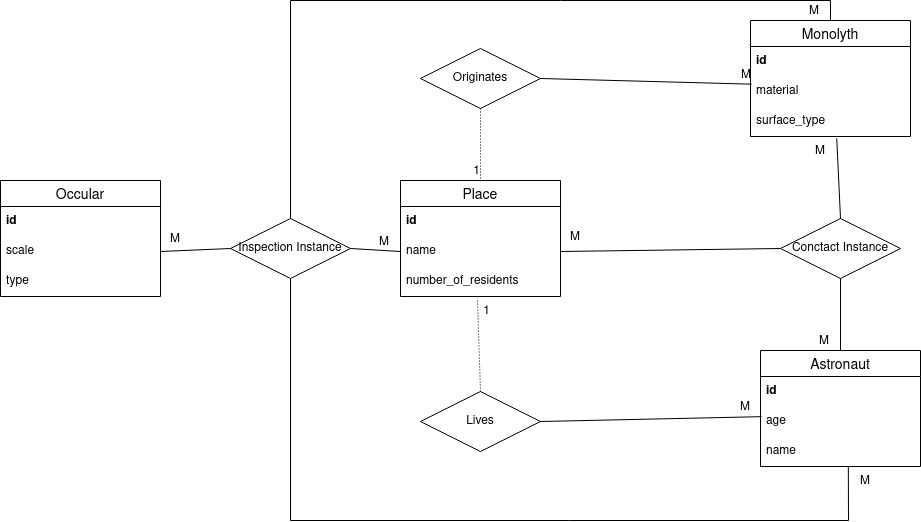
Earlier version of the draw.io export Infologic.png (usopshiy/BD_lab1). Source tidied: cells renumbered, new cells last; positions are measured from the earlier drawing's top-left corner, leaving out a move shared by most shapes.
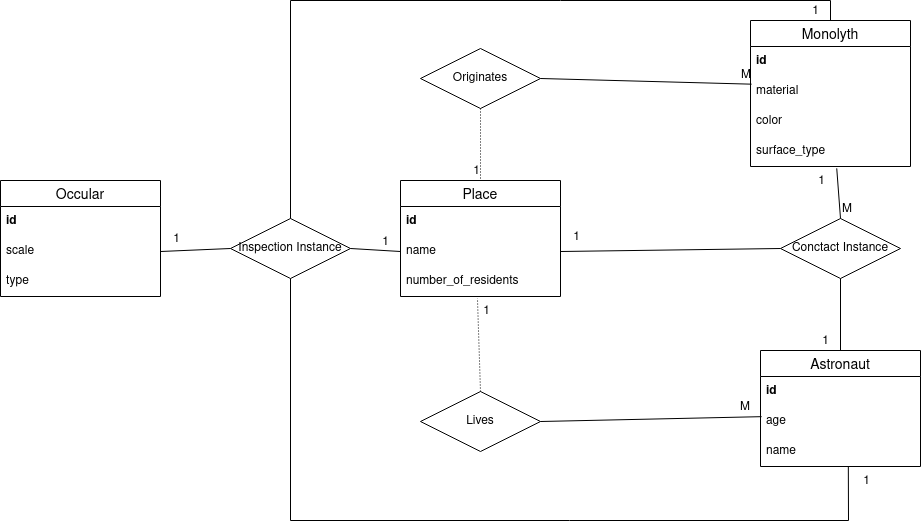
After the change.

Diff of the diagram source:
```diff
@@ -15,7 +15,7 @@
       <mxGeometry y="86" width="160" height="30" as="geometry" />
     </mxCell>
     <mxCell id="6" value="Monolyth" style="swimlane;fontStyle=0;horizontal=1;startSize=26;align=center;fontSize=14;" parent="1" vertex="1">
-      <mxGeometry x="750" y="20" width="160" height="116" as="geometry" />
+      <mxGeometry x="750" y="20" width="160" height="146" as="geometry" />
     </mxCell>
     <mxCell id="7" value="id" style="text;strokeColor=none;fillColor=none;spacingLeft=4;spacingRight=4;overflow=hidden;fontSize=12;fontStyle=1;" parent="6" vertex="1">
       <mxGeometry y="26" width="160" height="30" as="geometry" />
@@ -23,8 +23,11 @@
     <mxCell id="8" value="material" style="text;strokeColor=none;fillColor=none;spacingLeft=4;spacingRight=4;overflow=hidden;points=[[0,0.5],[1,0.5]];portConstraint=eastwest;fontSize=12;" parent="6" vertex="1">
       <mxGeometry y="56" width="160" height="30" as="geometry" />
     </mxCell>
+    <mxCell id="44" value="color" style="text;strokeColor=none;fillColor=none;spacingLeft=4;spacingRight=4;overflow=hidden;fontSize=12;" parent="6" vertex="1">
+      <mxGeometry y="86" width="160" height="30" as="geometry" />
+    </mxCell>
     <mxCell id="9" value="surface_type" style="text;strokeColor=none;fillColor=none;spacingLeft=4;spacingRight=4;overflow=hidden;points=[[0,0.5],[1,0.5]];portConstraint=eastwest;fontSize=12;" parent="6" vertex="1">
-      <mxGeometry y="86" width="160" height="30" as="geometry" />
+      <mxGeometry y="116" width="160" height="30" as="geometry" />
     </mxCell>
     <mxCell id="10" value="Occular" style="swimlane;fontStyle=0;horizontal=1;startSize=26;align=center;fontSize=14;" parent="1" vertex="1">
       <mxGeometry y="180" width="160" height="116" as="geometry" />
@@ -90,7 +93,7 @@
     <mxCell id="29" style="endArrow=none;html=1;rounded=0;exitX=0.5;exitY=0;exitDx=0;exitDy=0;entryX=0.539;entryY=1.061;entryDx=0;entryDy=0;entryPerimeter=0;" parent="1" edge="1" source="28" target="9">
       <mxGeometry relative="1" as="geometry" />
     </mxCell>
-    <mxCell id="30" value="M" style="html=1;align=right;verticalAlign=bottom;" parent="29" vertex="1">
+    <mxCell id="30" value="1" style="html=1;align=right;verticalAlign=bottom;" parent="29" vertex="1">
       <mxGeometry x="1" relative="1" as="geometry">
         <mxPoint x="-11" y="22" as="offset" />
       </mxGeometry>
@@ -98,7 +101,7 @@
     <mxCell id="31" style="endArrow=none;html=1;rounded=0;exitX=0;exitY=0.5;exitDx=0;exitDy=0;entryX=1;entryY=0.5;entryDx=0;entryDy=0;" parent="1" edge="1" source="28" target="16">
       <mxGeometry relative="1" as="geometry" />
     </mxCell>
-    <mxCell id="32" value="M" style="html=1;align=right;verticalAlign=bottom;" parent="31" vertex="1">
+    <mxCell id="32" value="1" style="html=1;align=right;verticalAlign=bottom;" parent="31" vertex="1">
       <mxGeometry x="1" relative="1" as="geometry">
         <mxPoint x="20" y="-5" as="offset" />
       </mxGeometry>
@@ -106,7 +109,7 @@
     <mxCell id="33" style="endArrow=none;html=1;rounded=0;exitX=0.5;exitY=1;exitDx=0;exitDy=0;entryX=0.5;entryY=0;entryDx=0;entryDy=0;" parent="1" edge="1" source="28" target="2">
       <mxGeometry relative="1" as="geometry" />
     </mxCell>
-    <mxCell id="34" value="M" style="html=1;align=right;verticalAlign=bottom;" parent="33" vertex="1">
+    <mxCell id="34" value="1" style="html=1;align=right;verticalAlign=bottom;" parent="33" vertex="1">
       <mxGeometry x="1" relative="1" as="geometry">
         <mxPoint x="-11" as="offset" />
       </mxGeometry>
@@ -117,7 +120,7 @@
     <mxCell id="36" style="endArrow=none;html=1;rounded=0;exitX=0;exitY=0.5;exitDx=0;exitDy=0;entryX=1;entryY=0.5;entryDx=0;entryDy=0;" parent="1" edge="1" source="35" target="12">
       <mxGeometry relative="1" as="geometry" />
     </mxCell>
-    <mxCell id="37" value="M" style="html=1;align=right;verticalAlign=bottom;" parent="36" vertex="1">
+    <mxCell id="37" value="1" style="html=1;align=right;verticalAlign=bottom;" parent="36" vertex="1">
       <mxGeometry x="1" relative="1" as="geometry">
         <mxPoint x="20" y="-3" as="offset" />
       </mxGeometry>
@@ -125,7 +128,7 @@
     <mxCell id="38" style="endArrow=none;html=1;rounded=0;exitX=1;exitY=0.5;exitDx=0;exitDy=0;entryX=0;entryY=0.5;entryDx=0;entryDy=0;" parent="1" edge="1" source="35" target="16">
       <mxGeometry relative="1" as="geometry" />
     </mxCell>
-    <mxCell id="39" value="M" style="html=1;align=right;verticalAlign=bottom;" parent="38" vertex="1">
+    <mxCell id="39" value="1" style="html=1;align=right;verticalAlign=bottom;" parent="38" vertex="1">
       <mxGeometry x="1" relative="1" as="geometry">
         <mxPoint x="-11" as="offset" />
       </mxGeometry>
@@ -138,7 +141,7 @@
         </Array>
       </mxGeometry>
     </mxCell>
-    <mxCell id="41" value="M" style="html=1;align=right;verticalAlign=bottom;" parent="40" vertex="1">
+    <mxCell id="41" value="1" style="html=1;align=right;verticalAlign=bottom;" parent="40" vertex="1">
       <mxGeometry x="1" relative="1" as="geometry">
         <mxPoint x="22" y="24" as="offset" />
       </mxGeometry>
@@ -151,10 +154,15 @@
         </Array>
       </mxGeometry>
     </mxCell>
-    <mxCell id="43" value="M" style="html=1;align=right;verticalAlign=bottom;" parent="42" vertex="1">
+    <mxCell id="43" value="1" style="html=1;align=right;verticalAlign=bottom;" parent="42" vertex="1">
       <mxGeometry x="1" relative="1" as="geometry">
         <mxPoint x="-11" as="offset" />
       </mxGeometry>
     </mxCell>
+    <mxCell id="45" value="M" style="html=1;align=right;verticalAlign=bottom;" parent="1" vertex="1">
+      <mxGeometry x="760" y="130" as="geometry">
+        <mxPoint x="92" y="88" as="offset" />
+      </mxGeometry>
+    </mxCell>
   </root>
 </mxGraphModel>
```
